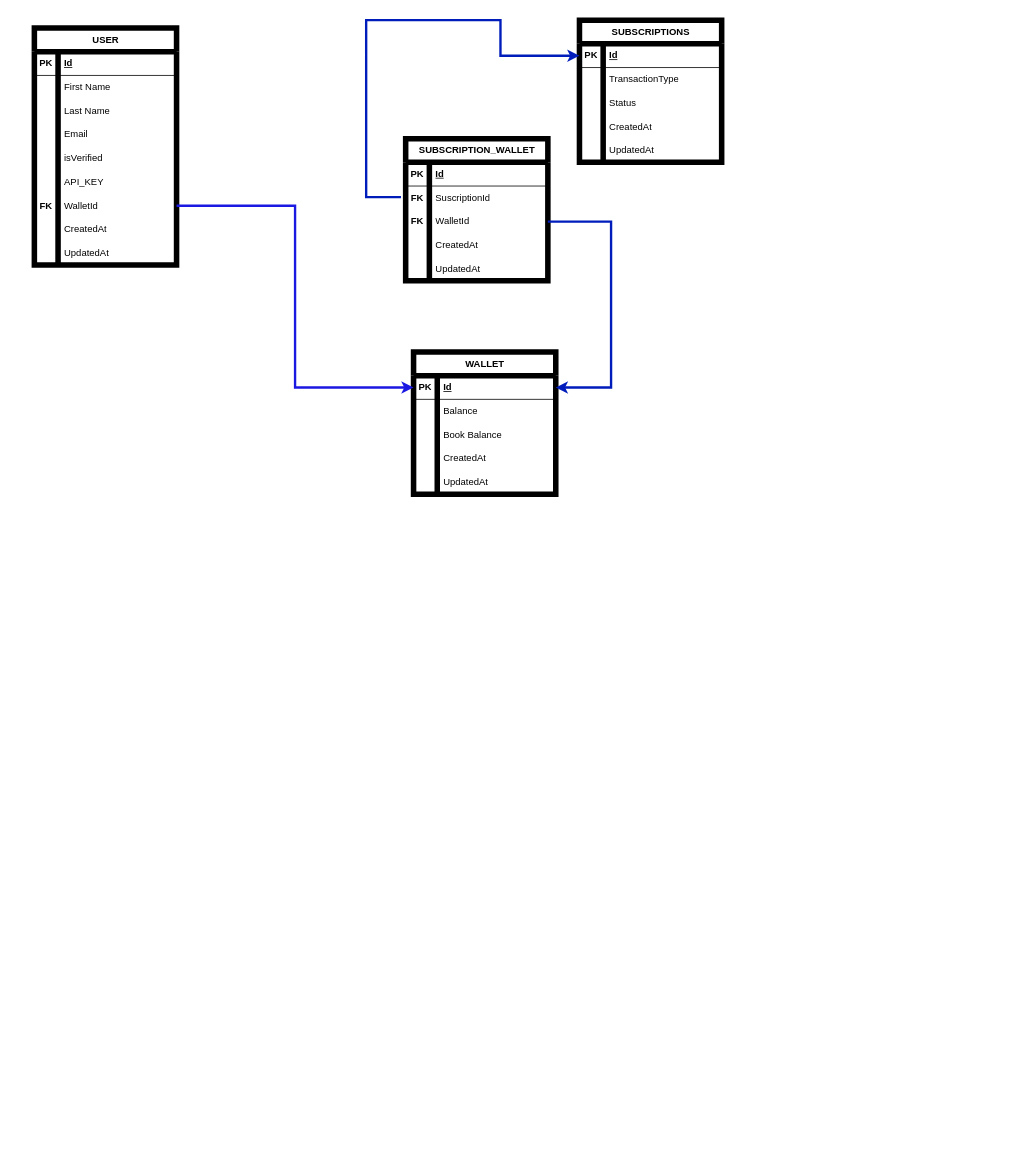
Earlier version of the draw.io diagram http/Untitled Diagram.drawio (ketdev-og/stackoverflow_test). Source tidied: cells renumbered, new cells numbered last; positions are measured from the earlier drawing's top-left corner, leaving out a move shared by most shapes. Both pictures are drawn from the tidied source at 79%, with x=0, y=0 at pixel (34, 20). Pictures stored in the file or linked from it are replaced by grey dashed boxes.
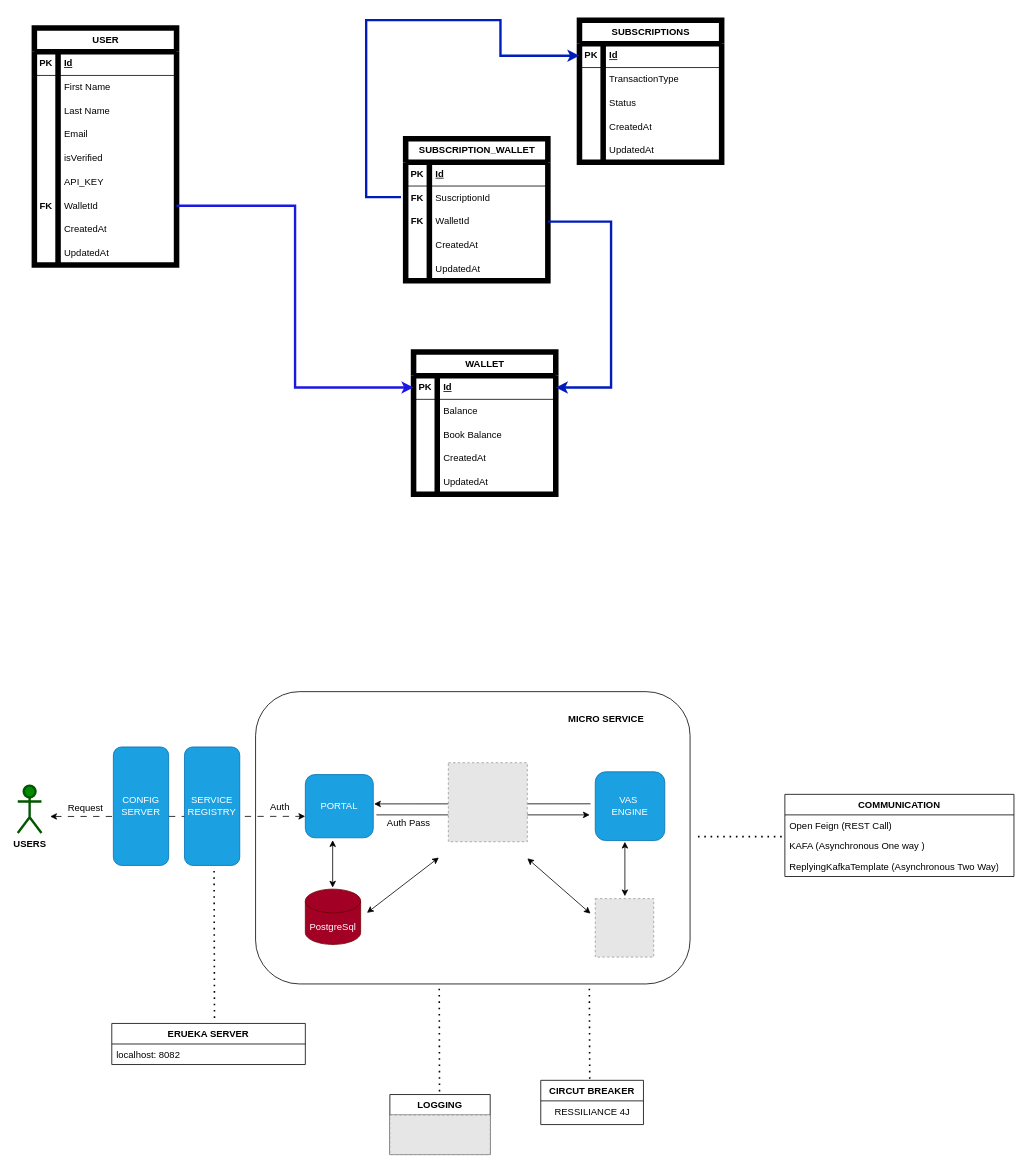
The same diagram, later.

What changed in the source:
```diff
@@
+    <mxCell id="81" style="rounded=1;whiteSpace=wrap;html=1;fillColor=none;" parent="1" vertex="1">
+      <mxGeometry x="280" y="850" width="550" height="370" as="geometry" />
+    </mxCell>
@@
+    <mxCell id="82" value="&lt;b&gt;&lt;font color=&quot;#000000&quot;&gt;USERS&lt;/font&gt;&lt;/b&gt;" style="shape=umlActor;verticalLabelPosition=bottom;verticalAlign=top;html=1;fillColor=#008a00;fontColor=#ffffff;strokeColor=#005700;strokeWidth=3;" parent="1" vertex="1">
+      <mxGeometry x="-21" y="969" width="30" height="60" as="geometry" />
+    </mxCell>
+    <mxCell id="83" value="PORTAL" style="rounded=1;whiteSpace=wrap;html=1;fillColor=#1ba1e2;fontColor=#ffffff;strokeColor=#006EAF;" parent="1" vertex="1">
+      <mxGeometry x="343" y="955" width="86" height="80" as="geometry" />
+    </mxCell>
+    <mxCell id="84" value="Request" style="text;html=1;strokeColor=none;fillColor=none;align=center;verticalAlign=middle;whiteSpace=wrap;rounded=0;" parent="1" vertex="1">
+      <mxGeometry x="35" y="982" width="60" height="30" as="geometry" />
+    </mxCell>
+    <mxCell id="85" style="endArrow=classic;html=1;rounded=0;" parent="1" edge="1">
+      <mxGeometry relative="1" as="geometry">
+        <mxPoint x="433" y="1006" as="sourcePoint" />
+        <mxPoint x="703" y="1006" as="targetPoint" />
+      </mxGeometry>
+    </mxCell>
+    <mxCell id="86" style="endArrow=classic;html=1;rounded=0;" parent="1" edge="1">
+      <mxGeometry relative="1" as="geometry">
+        <mxPoint x="704" y="992" as="sourcePoint" />
+        <mxPoint x="430" y="992.1" as="targetPoint" />
+      </mxGeometry>
+    </mxCell>
+    <mxCell id="87" value="VAS&amp;nbsp;&lt;br&gt;ENGINE" style="rounded=1;whiteSpace=wrap;html=1;fillColor=#1ba1e2;fontColor=#ffffff;strokeColor=#006EAF;" parent="1" vertex="1">
+      <mxGeometry x="710" y="951.5" width="88" height="87" as="geometry" />
+    </mxCell>
+    <mxCell id="88" style="fillColor=#E6E6E6;strokeColor=#999999;dashed=1;verticalLabelPosition=bottom;labelBackgroundColor=default;verticalAlign=top;" parent="1" vertex="1">
+      <mxGeometry x="524" y="940" width="100" height="100" as="geometry" />
+    </mxCell>
+    <mxCell id="89" style="endArrow=classic;startArrow=classic;html=1;rounded=0;entryX=-0.002;entryY=0.661;entryDx=0;entryDy=0;entryPerimeter=0;dashed=1;dashPattern=8 8;" parent="1" edge="1" target="83">
+      <mxGeometry relative="1" as="geometry">
+        <mxPoint x="20" y="1008" as="sourcePoint" />
+      </mxGeometry>
+    </mxCell>
+    <mxCell id="90" value="PostgreSql" style="shape=cylinder3;whiteSpace=wrap;html=1;boundedLbl=1;backgroundOutline=1;size=15;fillColor=#a20025;fontColor=#ffffff;strokeColor=#6F0000;" parent="1" vertex="1">
+      <mxGeometry x="343" y="1100" width="70" height="70" as="geometry" />
+    </mxCell>
+    <mxCell id="91" style="endArrow=classic;startArrow=classic;html=1;rounded=0;" parent="1" edge="1">
+      <mxGeometry relative="1" as="geometry">
+        <mxPoint x="377.6" y="1098" as="sourcePoint" />
+        <mxPoint x="377.6" y="1038" as="targetPoint" />
+      </mxGeometry>
+    </mxCell>
+    <mxCell id="92" style="fillColor=#E6E6E6;strokeColor=#999999;dashed=1;verticalLabelPosition=bottom;labelBackgroundColor=default;verticalAlign=top;" parent="1" vertex="1">
+      <mxGeometry x="710" y="1112" width="74" height="74" as="geometry" />
+    </mxCell>
+    <mxCell id="93" style="endArrow=classic;startArrow=classic;html=1;rounded=0;" parent="1" edge="1">
+      <mxGeometry relative="1" as="geometry">
+        <mxPoint x="747.5" y="1109" as="sourcePoint" />
+        <mxPoint x="747.5" y="1040" as="targetPoint" />
+      </mxGeometry>
+    </mxCell>
+    <mxCell id="94" style="endArrow=classic;startArrow=classic;html=1;rounded=0;" parent="1" edge="1">
+      <mxGeometry relative="1" as="geometry">
+        <mxPoint x="421" y="1130" as="sourcePoint" />
+        <mxPoint x="512" y="1060" as="targetPoint" />
+      </mxGeometry>
+    </mxCell>
+    <mxCell id="95" style="endArrow=classic;startArrow=classic;html=1;rounded=0;" parent="1" edge="1">
+      <mxGeometry relative="1" as="geometry">
+        <mxPoint x="704" y="1131" as="sourcePoint" />
+        <mxPoint x="624" y="1061" as="targetPoint" />
+      </mxGeometry>
+    </mxCell>
+    <mxCell id="96" value="&lt;b&gt;MICRO SERVICE&lt;/b&gt;" style="text;html=1;strokeColor=none;fillColor=none;align=center;verticalAlign=middle;whiteSpace=wrap;rounded=0;" parent="1" vertex="1">
+      <mxGeometry x="634" y="870" width="180" height="30" as="geometry" />
+    </mxCell>
+    <mxCell id="97" style="endArrow=none;dashed=1;html=1;dashPattern=1 3;strokeWidth=2;rounded=0;" parent="1" edge="1">
+      <mxGeometry relative="1" as="geometry">
+        <mxPoint x="840" y="1033.5" as="sourcePoint" />
+        <mxPoint x="950" y="1033.5" as="targetPoint" />
+      </mxGeometry>
+    </mxCell>
+    <mxCell id="98" value="COMMUNICATION" style="swimlane;fontStyle=1;align=center;verticalAlign=top;horizontal=1;startSize=26;whiteSpace=wrap;html=1;" parent="1" vertex="1">
+      <mxGeometry x="950" y="980" width="290" height="104" as="geometry" />
+    </mxCell>
+    <mxCell id="99" value="Open Feign (REST Call)" style="text;strokeColor=none;fillColor=none;align=left;verticalAlign=top;spacingLeft=4;spacingRight=4;overflow=hidden;whiteSpace=wrap;html=1;" parent="98" vertex="1">
+      <mxGeometry y="26" width="290" height="26" as="geometry" />
+    </mxCell>
+    <mxCell id="100" value="KAFA (Asynchronous One way )" style="text;strokeColor=none;fillColor=none;align=left;verticalAlign=top;spacingLeft=4;spacingRight=4;overflow=hidden;whiteSpace=wrap;html=1;" parent="98" vertex="1">
+      <mxGeometry y="52" width="290" height="26" as="geometry" />
+    </mxCell>
+    <mxCell id="101" value="ReplyingKafkaTemplate (Asynchronous Two Way)" style="text;strokeColor=none;fillColor=none;align=left;verticalAlign=top;spacingLeft=4;spacingRight=4;overflow=hidden;whiteSpace=wrap;html=1;" parent="98" vertex="1">
+      <mxGeometry y="78" width="290" height="26" as="geometry" />
+    </mxCell>
+    <mxCell id="102" value="Auth" style="text;html=1;strokeColor=none;fillColor=none;align=center;verticalAlign=middle;whiteSpace=wrap;rounded=0;" parent="1" vertex="1">
+      <mxGeometry x="281" y="981" width="60" height="30" as="geometry" />
+    </mxCell>
+    <mxCell id="103" value="Auth Pass" style="text;html=1;strokeColor=none;fillColor=none;align=center;verticalAlign=middle;whiteSpace=wrap;rounded=0;" parent="1" vertex="1">
+      <mxGeometry x="444" y="1001" width="60" height="30" as="geometry" />
+    </mxCell>
+    <mxCell id="104" value="CONFIG&lt;br&gt;SERVER" style="rounded=1;whiteSpace=wrap;html=1;fillColor=#1ba1e2;fontColor=#ffffff;strokeColor=#006EAF;" parent="1" vertex="1">
+      <mxGeometry x="100" y="920" width="70" height="150" as="geometry" />
+    </mxCell>
+    <mxCell id="105" value="SERVICE&lt;br&gt;REGISTRY" style="rounded=1;whiteSpace=wrap;html=1;fillColor=#1ba1e2;fontColor=#ffffff;strokeColor=#006EAF;" parent="1" vertex="1">
+      <mxGeometry x="190" y="920" width="70" height="150" as="geometry" />
+    </mxCell>
+    <mxCell id="106" style="endArrow=none;dashed=1;html=1;dashPattern=1 3;strokeWidth=2;rounded=0;" parent="1" edge="1">
+      <mxGeometry relative="1" as="geometry">
+        <mxPoint x="228" y="1263" as="sourcePoint" />
+        <mxPoint x="227.5" y="1077" as="targetPoint" />
+      </mxGeometry>
+    </mxCell>
+    <mxCell id="107" value="ERUEKA SERVER" style="swimlane;fontStyle=1;align=center;verticalAlign=top;horizontal=1;startSize=26;whiteSpace=wrap;html=1;" parent="1" vertex="1">
+      <mxGeometry x="98" y="1270" width="245" height="52" as="geometry" />
+    </mxCell>
+    <mxCell id="108" value="localhost: 8082" style="text;strokeColor=none;fillColor=none;align=left;verticalAlign=top;spacingLeft=4;spacingRight=4;overflow=hidden;whiteSpace=wrap;html=1;" parent="107" vertex="1">
+      <mxGeometry y="26" width="245" height="26" as="geometry" />
+    </mxCell>
+    <mxCell id="109" style="endArrow=none;dashed=1;html=1;dashPattern=1 3;strokeWidth=2;rounded=0;" parent="1" edge="1">
+      <mxGeometry relative="1" as="geometry">
+        <mxPoint x="513" y="1412" as="sourcePoint" />
+        <mxPoint x="512.5" y="1226" as="targetPoint" />
+      </mxGeometry>
+    </mxCell>
+    <mxCell id="110" value="LOGGING" style="swimlane;fontStyle=1;align=center;verticalAlign=top;horizontal=1;startSize=26;whiteSpace=wrap;html=1;" parent="1" vertex="1">
+      <mxGeometry x="450" y="1360" width="127" height="76" as="geometry" />
+    </mxCell>
+    <mxCell id="111" style="fillColor=#E6E6E6;strokeColor=#999999;dashed=1;verticalLabelPosition=bottom;labelBackgroundColor=default;verticalAlign=top;" parent="110" vertex="1">
+      <mxGeometry y="26" width="127" height="50" as="geometry" />
+    </mxCell>
+    <mxCell id="112" style="endArrow=none;dashed=1;html=1;dashPattern=1 3;strokeWidth=2;rounded=0;" parent="1" edge="1">
+      <mxGeometry relative="1" as="geometry">
+        <mxPoint x="703" y="1340" as="sourcePoint" />
+        <mxPoint x="702.5" y="1220" as="targetPoint" />
+      </mxGeometry>
+    </mxCell>
+    <mxCell id="113" value="CIRCUT BREAKER" style="swimlane;fontStyle=1;align=center;verticalAlign=top;horizontal=1;startSize=26;whiteSpace=wrap;html=1;" parent="1" vertex="1">
+      <mxGeometry x="641" y="1342" width="130" height="56" as="geometry" />
+    </mxCell>
+    <mxCell id="114" value="RESSILIANCE 4J" style="text;html=1;align=center;verticalAlign=middle;strokeColor=none;fillColor=none;" parent="113" vertex="1">
+      <mxGeometry y="26" width="130" height="30" as="geometry" />
+    </mxCell>
```
